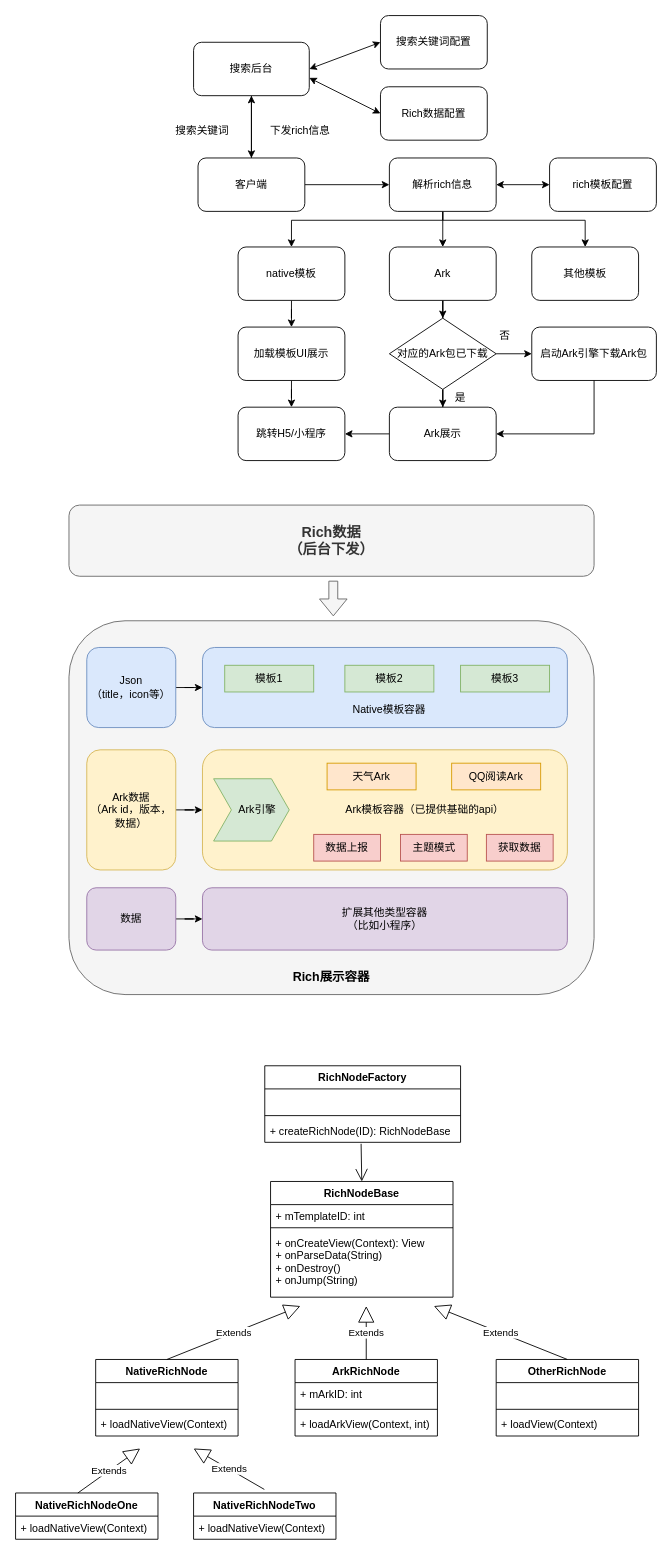
The draw.io diagram page "Ark" (3 of 3) of t3.drawio in wind1096471134/Brainstorming, before the edit. Source tidied: cells renumbered, new cells numbered last; positions are measured from the earlier drawing's top-left corner, leaving out a move shared by most shapes. Both pictures are drawn from the tidied source at 89%, with x=0, y=0 at pixel (15, 15).
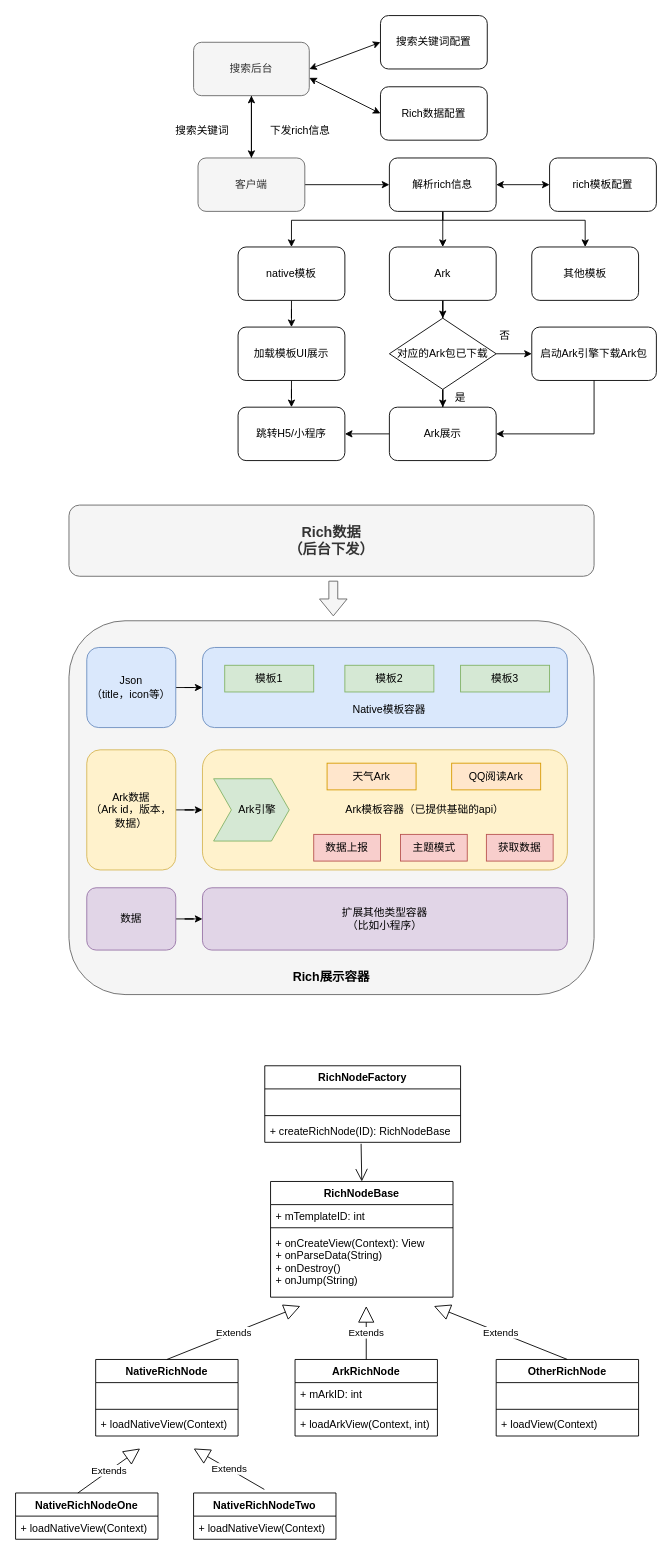
The same diagram, later.

Change to the diagram source:
```diff
@@
-    <mxCell id="3" value="搜索后台" style="rounded=1;whiteSpace=wrap;html=1;" parent="1" vertex="1">
+    <mxCell id="3" value="搜索后台" style="rounded=1;whiteSpace=wrap;html=1;fillColor=#f5f5f5;strokeColor=#666666;fontColor=#333333;" parent="1" vertex="1">
       <mxGeometry x="200" y="30" width="130" height="60" as="geometry" />
     </mxCell>
@@
-    <mxCell id="9" value="客户端" style="rounded=1;whiteSpace=wrap;html=1;" parent="1" vertex="1">
+    <mxCell id="9" value="客户端" style="rounded=1;whiteSpace=wrap;html=1;fillColor=#f5f5f5;strokeColor=#666666;fontColor=#333333;" parent="1" vertex="1">
       <mxGeometry x="205" y="160" width="120" height="60" as="geometry" />
     </mxCell>
```
